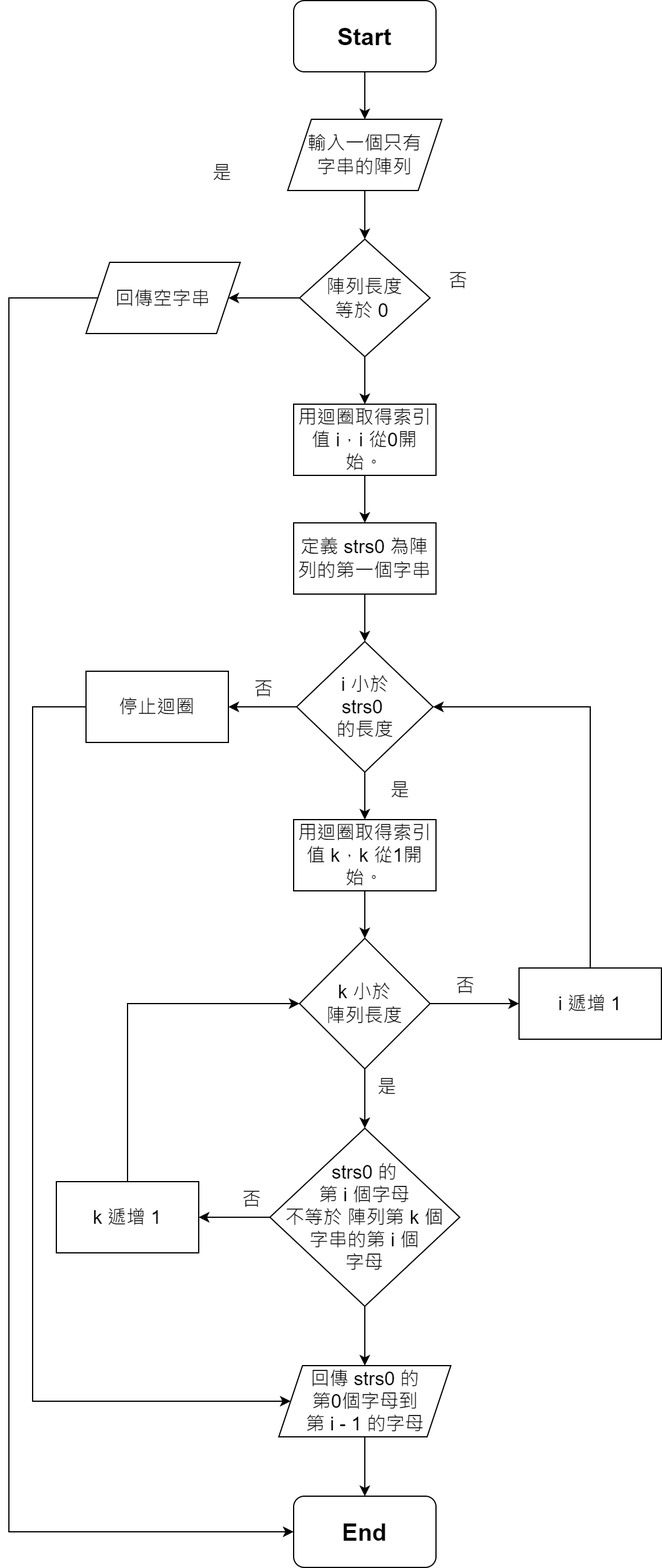
Above: 14. Longest Common Prefix.drawio.png in NOICHAN/LeetCode (draw.io), before the change. Source tidied: cells renumbered, new cells last; positions are measured from the earlier drawing's top-left corner, leaving out a move shared by most shapes. Its diagram source:
```xml
<mxGraphModel>
  <root>
    <mxCell id="0" />
    <mxCell id="1" parent="0" />
    <mxCell id="2" style="edgeStyle=orthogonalEdgeStyle;rounded=0;jettySize=auto;html=1;" parent="1" edge="1" source="3" target="6">
      <mxGeometry relative="1" as="geometry" />
    </mxCell>
    <mxCell id="3" value="&lt;font style=&quot;font-size: 20px;&quot;&gt;&lt;b&gt;Start&lt;/b&gt;&lt;/font&gt;" style="rounded=1;whiteSpace=wrap;html=1;" parent="1" vertex="1">
      <mxGeometry x="240" width="120" height="60" as="geometry" />
    </mxCell>
    <mxCell id="4" value="&lt;font style=&quot;font-size: 20px;&quot;&gt;&lt;b&gt;End&lt;/b&gt;&lt;/font&gt;" style="rounded=1;whiteSpace=wrap;html=1;" parent="1" vertex="1">
      <mxGeometry x="240" y="1260" width="120" height="60" as="geometry" />
    </mxCell>
    <mxCell id="5" style="edgeStyle=orthogonalEdgeStyle;rounded=0;jettySize=auto;html=1;fontSize=16;" parent="1" edge="1" source="6" target="9">
      <mxGeometry relative="1" as="geometry" />
    </mxCell>
    <mxCell id="6" value="&lt;font style=&quot;font-size: 16px;&quot;&gt;輸入一個只有&lt;br&gt;字串的陣列&lt;/font&gt;" style="shape=parallelogram;perimeter=parallelogramPerimeter;whiteSpace=wrap;html=1;fixedSize=1;" parent="1" vertex="1">
      <mxGeometry x="235" y="100" width="130" height="60" as="geometry" />
    </mxCell>
    <mxCell id="7" style="edgeStyle=orthogonalEdgeStyle;rounded=0;jettySize=auto;html=1;fontSize=16;" parent="1" edge="1" source="9" target="12">
      <mxGeometry relative="1" as="geometry" />
    </mxCell>
    <mxCell id="8" style="edgeStyle=orthogonalEdgeStyle;rounded=0;jettySize=auto;html=1;" parent="1" edge="1" source="9" target="39">
      <mxGeometry relative="1" as="geometry" />
    </mxCell>
    <mxCell id="9" value="&lt;font style=&quot;font-size: 16px;&quot;&gt;陣列長度&lt;br&gt;等於 0&amp;nbsp;&lt;/font&gt;" style="rhombus;whiteSpace=wrap;html=1;" parent="1" vertex="1">
      <mxGeometry x="245" y="201" width="110" height="99" as="geometry" />
    </mxCell>
    <mxCell id="10" value="是" style="text;html=1;strokeColor=none;fillColor=none;align=center;verticalAlign=middle;whiteSpace=wrap;rounded=0;fontSize=16;" parent="1" vertex="1">
      <mxGeometry x="150" y="130" width="60" height="30" as="geometry" />
    </mxCell>
    <mxCell id="11" style="edgeStyle=orthogonalEdgeStyle;rounded=0;jettySize=auto;html=1;fontSize=16;" parent="1" edge="1" source="12" target="15">
      <mxGeometry relative="1" as="geometry" />
    </mxCell>
    <mxCell id="12" value="&lt;font style=&quot;font-size: 16px;&quot;&gt;&lt;span style=&quot;&quot;&gt;用迴圈取得索引值 i，i&amp;nbsp;&lt;/span&gt;&lt;span style=&quot;&quot;&gt;從0開始。&lt;/span&gt;&lt;/font&gt;" style="whiteSpace=wrap;html=1;" parent="1" vertex="1">
      <mxGeometry x="240" y="340" width="120" height="60" as="geometry" />
    </mxCell>
    <mxCell id="13" value="否" style="text;html=1;strokeColor=none;fillColor=none;align=center;verticalAlign=middle;whiteSpace=wrap;rounded=0;fontSize=16;" parent="1" vertex="1">
      <mxGeometry x="349" y="220.5" width="60" height="30" as="geometry" />
    </mxCell>
    <mxCell id="14" style="edgeStyle=orthogonalEdgeStyle;rounded=0;jettySize=auto;html=1;fontSize=16;" parent="1" edge="1" source="15" target="18">
      <mxGeometry relative="1" as="geometry" />
    </mxCell>
    <mxCell id="15" value="&lt;font style=&quot;font-size: 16px;&quot;&gt;定義 strs0 為陣列的第一個字串&lt;/font&gt;" style="whiteSpace=wrap;html=1;" parent="1" vertex="1">
      <mxGeometry x="240" y="440" width="120" height="60" as="geometry" />
    </mxCell>
    <mxCell id="16" style="edgeStyle=orthogonalEdgeStyle;rounded=0;jettySize=auto;html=1;fontSize=16;" parent="1" edge="1" source="18" target="20">
      <mxGeometry relative="1" as="geometry" />
    </mxCell>
    <mxCell id="17" style="edgeStyle=orthogonalEdgeStyle;rounded=0;jettySize=auto;html=1;" parent="1" edge="1" source="18" target="23">
      <mxGeometry relative="1" as="geometry" />
    </mxCell>
    <mxCell id="18" value="&lt;font style=&quot;font-size: 16px;&quot;&gt;i 小於&lt;br&gt;strs0&amp;nbsp;&lt;br&gt;的長度&lt;/font&gt;" style="rhombus;whiteSpace=wrap;html=1;" parent="1" vertex="1">
      <mxGeometry x="242.5" y="540" width="115" height="110" as="geometry" />
    </mxCell>
    <mxCell id="19" style="edgeStyle=orthogonalEdgeStyle;rounded=0;jettySize=auto;html=1;fontSize=16;" parent="1" edge="1" source="20" target="27">
      <mxGeometry relative="1" as="geometry" />
    </mxCell>
    <mxCell id="20" value="&lt;span style=&quot;font-size: 16px;&quot;&gt;用迴圈取得索引值 k，k&amp;nbsp;&lt;/span&gt;&lt;span style=&quot;font-size: 16px;&quot;&gt;從1開始。&lt;/span&gt;" style="whiteSpace=wrap;html=1;" parent="1" vertex="1">
      <mxGeometry x="240" y="690" width="120" height="60" as="geometry" />
    </mxCell>
    <mxCell id="21" value="是" style="text;html=1;strokeColor=none;fillColor=none;align=center;verticalAlign=middle;whiteSpace=wrap;rounded=0;fontSize=16;" parent="1" vertex="1">
      <mxGeometry x="300" y="650" width="60" height="30" as="geometry" />
    </mxCell>
    <mxCell id="22" style="edgeStyle=orthogonalEdgeStyle;rounded=0;jettySize=auto;html=1;entryX=0;entryY=0.5;entryDx=0;entryDy=0;fontSize=16;" parent="1" edge="1" source="23" target="41">
      <mxGeometry relative="1" as="geometry">
        <Array as="points">
          <mxPoint x="20" y="595" />
          <mxPoint x="20" y="1180" />
        </Array>
      </mxGeometry>
    </mxCell>
    <mxCell id="23" value="&lt;font style=&quot;font-size: 16px;&quot;&gt;停止迴圈&lt;/font&gt;" style="whiteSpace=wrap;html=1;" parent="1" vertex="1">
      <mxGeometry x="65" y="565" width="120" height="60" as="geometry" />
    </mxCell>
    <mxCell id="24" value="否" style="text;html=1;strokeColor=none;fillColor=none;align=center;verticalAlign=middle;whiteSpace=wrap;rounded=0;fontSize=16;" parent="1" vertex="1">
      <mxGeometry x="185" y="565" width="60" height="30" as="geometry" />
    </mxCell>
    <mxCell id="25" style="edgeStyle=orthogonalEdgeStyle;rounded=0;jettySize=auto;html=1;fontSize=16;" parent="1" edge="1" source="27" target="29">
      <mxGeometry relative="1" as="geometry" />
    </mxCell>
    <mxCell id="26" style="edgeStyle=orthogonalEdgeStyle;rounded=0;jettySize=auto;html=1;fontSize=16;" parent="1" edge="1" source="27" target="33">
      <mxGeometry relative="1" as="geometry" />
    </mxCell>
    <mxCell id="27" value="&lt;font style=&quot;font-size: 16px;&quot;&gt;k 小於&lt;br&gt;陣列長度&lt;/font&gt;" style="rhombus;whiteSpace=wrap;html=1;" parent="1" vertex="1">
      <mxGeometry x="245" y="790" width="110" height="110" as="geometry" />
    </mxCell>
    <mxCell id="28" style="edgeStyle=orthogonalEdgeStyle;rounded=0;jettySize=auto;html=1;entryX=1;entryY=0.5;entryDx=0;entryDy=0;fontSize=16;" parent="1" edge="1" source="29" target="18">
      <mxGeometry relative="1" as="geometry">
        <Array as="points">
          <mxPoint x="490" y="595" />
        </Array>
      </mxGeometry>
    </mxCell>
    <mxCell id="29" value="&lt;font style=&quot;font-size: 16px;&quot;&gt;i 遞增 1&lt;/font&gt;" style="whiteSpace=wrap;html=1;" parent="1" vertex="1">
      <mxGeometry x="430" y="815" width="120" height="60" as="geometry" />
    </mxCell>
    <mxCell id="30" value="否" style="text;html=1;strokeColor=none;fillColor=none;align=center;verticalAlign=middle;whiteSpace=wrap;rounded=0;fontSize=16;" parent="1" vertex="1">
      <mxGeometry x="355" y="815" width="60" height="30" as="geometry" />
    </mxCell>
    <mxCell id="31" style="edgeStyle=orthogonalEdgeStyle;rounded=0;jettySize=auto;html=1;fontSize=16;" parent="1" edge="1" source="33" target="35">
      <mxGeometry relative="1" as="geometry" />
    </mxCell>
    <mxCell id="32" style="edgeStyle=orthogonalEdgeStyle;rounded=0;jettySize=auto;html=1;" parent="1" edge="1" source="33" target="41">
      <mxGeometry relative="1" as="geometry" />
    </mxCell>
    <mxCell id="33" value="&lt;font style=&quot;font-size: 16px;&quot;&gt;strs0 的&lt;br&gt;第 i 個字母&lt;br&gt;不等於 陣列第 k 個&lt;br&gt;字串的第 i 個&lt;br&gt;字母&lt;/font&gt;" style="rhombus;whiteSpace=wrap;html=1;" parent="1" vertex="1">
      <mxGeometry x="220" y="950" width="160" height="150" as="geometry" />
    </mxCell>
    <mxCell id="34" style="edgeStyle=orthogonalEdgeStyle;rounded=0;jettySize=auto;html=1;entryX=0;entryY=0.5;entryDx=0;entryDy=0;fontSize=16;" parent="1" edge="1" source="35" target="27">
      <mxGeometry relative="1" as="geometry">
        <Array as="points">
          <mxPoint x="100" y="845" />
        </Array>
      </mxGeometry>
    </mxCell>
    <mxCell id="35" value="&lt;font style=&quot;font-size: 16px;&quot;&gt;k 遞增 1&lt;/font&gt;" style="whiteSpace=wrap;html=1;" parent="1" vertex="1">
      <mxGeometry x="40" y="995" width="120" height="60" as="geometry" />
    </mxCell>
    <mxCell id="36" value="否" style="text;html=1;strokeColor=none;fillColor=none;align=center;verticalAlign=middle;whiteSpace=wrap;rounded=0;fontSize=16;" parent="1" vertex="1">
      <mxGeometry x="175" y="995" width="60" height="30" as="geometry" />
    </mxCell>
    <mxCell id="37" value="是" style="text;html=1;strokeColor=none;fillColor=none;align=center;verticalAlign=middle;whiteSpace=wrap;rounded=0;fontSize=16;" parent="1" vertex="1">
      <mxGeometry x="289" y="900" width="60" height="30" as="geometry" />
    </mxCell>
    <mxCell id="38" style="edgeStyle=orthogonalEdgeStyle;rounded=0;jettySize=auto;html=1;entryX=0;entryY=0.5;entryDx=0;entryDy=0;" parent="1" edge="1" source="39" target="4">
      <mxGeometry relative="1" as="geometry">
        <Array as="points">
          <mxPoint y="251" />
          <mxPoint y="1290" />
        </Array>
      </mxGeometry>
    </mxCell>
    <mxCell id="39" value="&lt;span style=&quot;font-size: 16px;&quot;&gt;回傳空字串&lt;/span&gt;" style="shape=parallelogram;perimeter=parallelogramPerimeter;whiteSpace=wrap;html=1;fixedSize=1;" parent="1" vertex="1">
      <mxGeometry x="65" y="220.5" width="130" height="60" as="geometry" />
    </mxCell>
    <mxCell id="40" style="edgeStyle=orthogonalEdgeStyle;rounded=0;jettySize=auto;html=1;" parent="1" edge="1" source="41" target="4">
      <mxGeometry relative="1" as="geometry" />
    </mxCell>
    <mxCell id="41" value="&lt;span style=&quot;font-size: 16px;&quot;&gt;回傳 strs0 的&lt;br&gt;第0個字母到&lt;br&gt;第 i - 1 的字母&lt;/span&gt;" style="shape=parallelogram;perimeter=parallelogramPerimeter;whiteSpace=wrap;html=1;fixedSize=1;" parent="1" vertex="1">
      <mxGeometry x="227.5" y="1150" width="145" height="60" as="geometry" />
    </mxCell>
  </root>
</mxGraphModel>
```
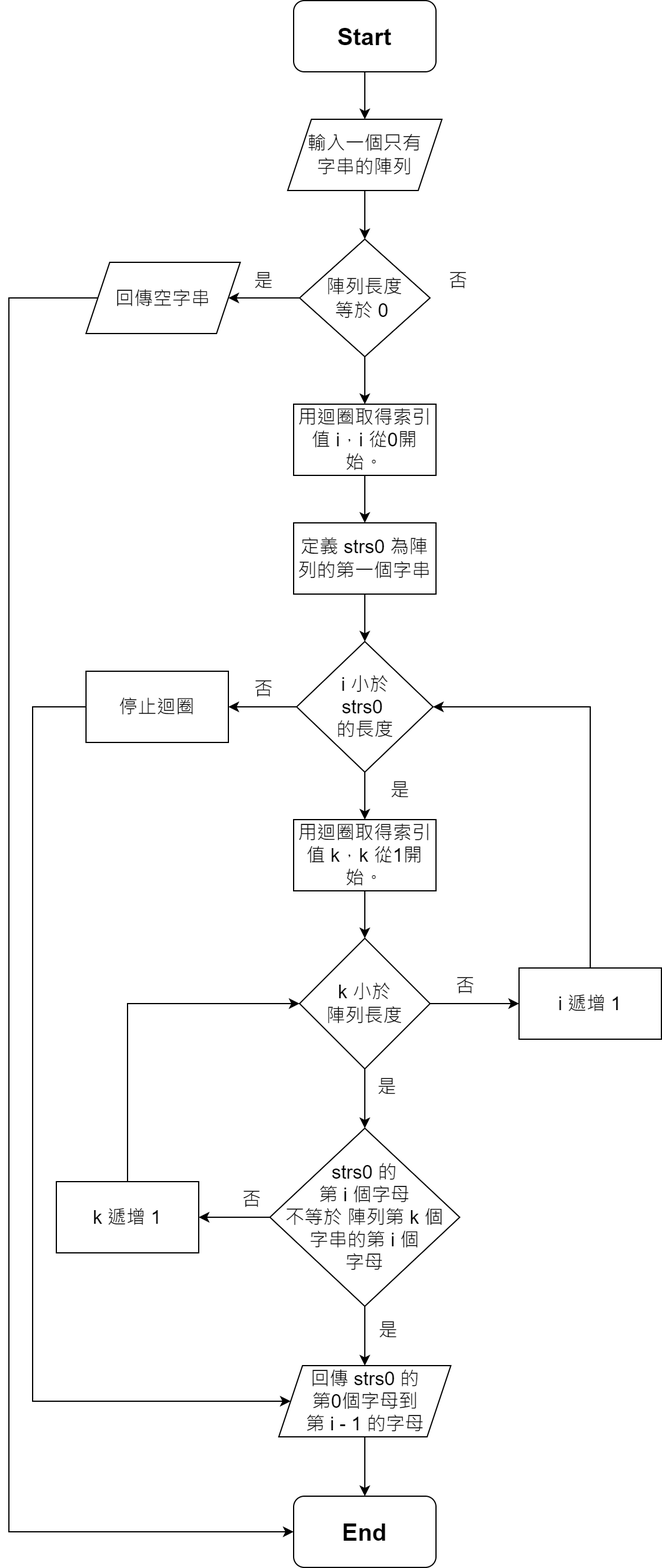
After the commit.

The edit, as a diff of the source:
```diff
@@ -27,7 +27,7 @@
       <mxGeometry x="245" y="201" width="110" height="99" as="geometry" />
     </mxCell>
     <mxCell id="10" value="是" style="text;html=1;strokeColor=none;fillColor=none;align=center;verticalAlign=middle;whiteSpace=wrap;rounded=0;fontSize=16;" parent="1" vertex="1">
-      <mxGeometry x="150" y="130" width="60" height="30" as="geometry" />
+      <mxGeometry x="185" y="220.5" width="60" height="30" as="geometry" />
     </mxCell>
     <mxCell id="11" style="edgeStyle=orthogonalEdgeStyle;rounded=0;jettySize=auto;html=1;fontSize=16;" parent="1" edge="1" source="12" target="15">
       <mxGeometry relative="1" as="geometry" />
@@ -140,5 +140,8 @@
     <mxCell id="41" value="&lt;span style=&quot;font-size: 16px;&quot;&gt;回傳 strs0 的&lt;br&gt;第0個字母到&lt;br&gt;第 i - 1 的字母&lt;/span&gt;" style="shape=parallelogram;perimeter=parallelogramPerimeter;whiteSpace=wrap;html=1;fixedSize=1;" parent="1" vertex="1">
       <mxGeometry x="227.5" y="1150" width="145" height="60" as="geometry" />
     </mxCell>
+    <mxCell id="42" value="是" style="text;html=1;strokeColor=none;fillColor=none;align=center;verticalAlign=middle;whiteSpace=wrap;rounded=0;fontSize=16;" parent="1" vertex="1">
+      <mxGeometry x="290" y="1105" width="60" height="30" as="geometry" />
+    </mxCell>
   </root>
 </mxGraphModel>
```
